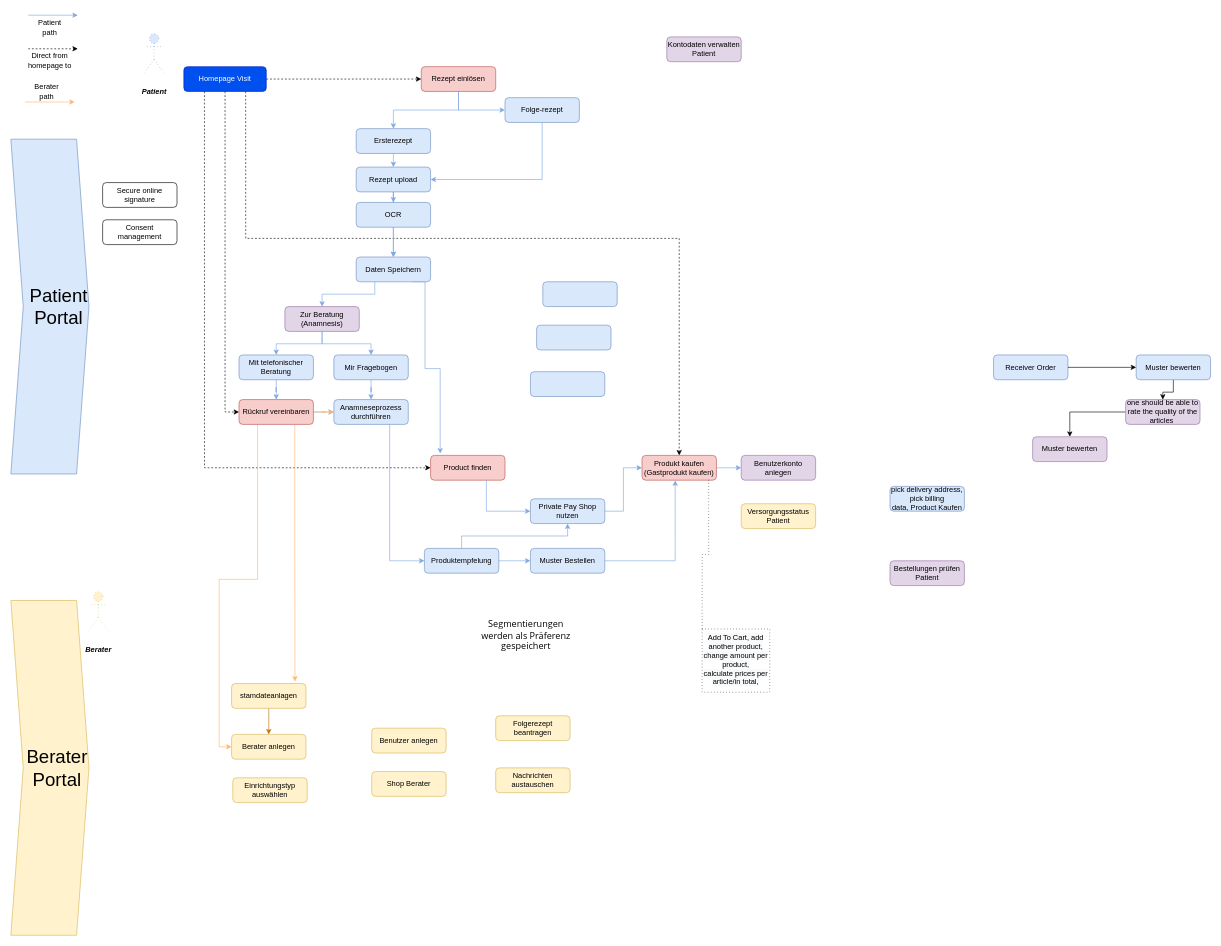
Above: page "Overview" (1 of 9) of Untitled Diagram.drawio in Fredabb/MediMark-roadmap (draw.io), before the change. Source tidied: cells renumbered, new cells numbered last; positions are measured from the earlier drawing's top-left corner, leaving out a move shared by most shapes. Both pictures are drawn from the tidied source at 62%, with x=0, y=0 at pixel (11, 15).
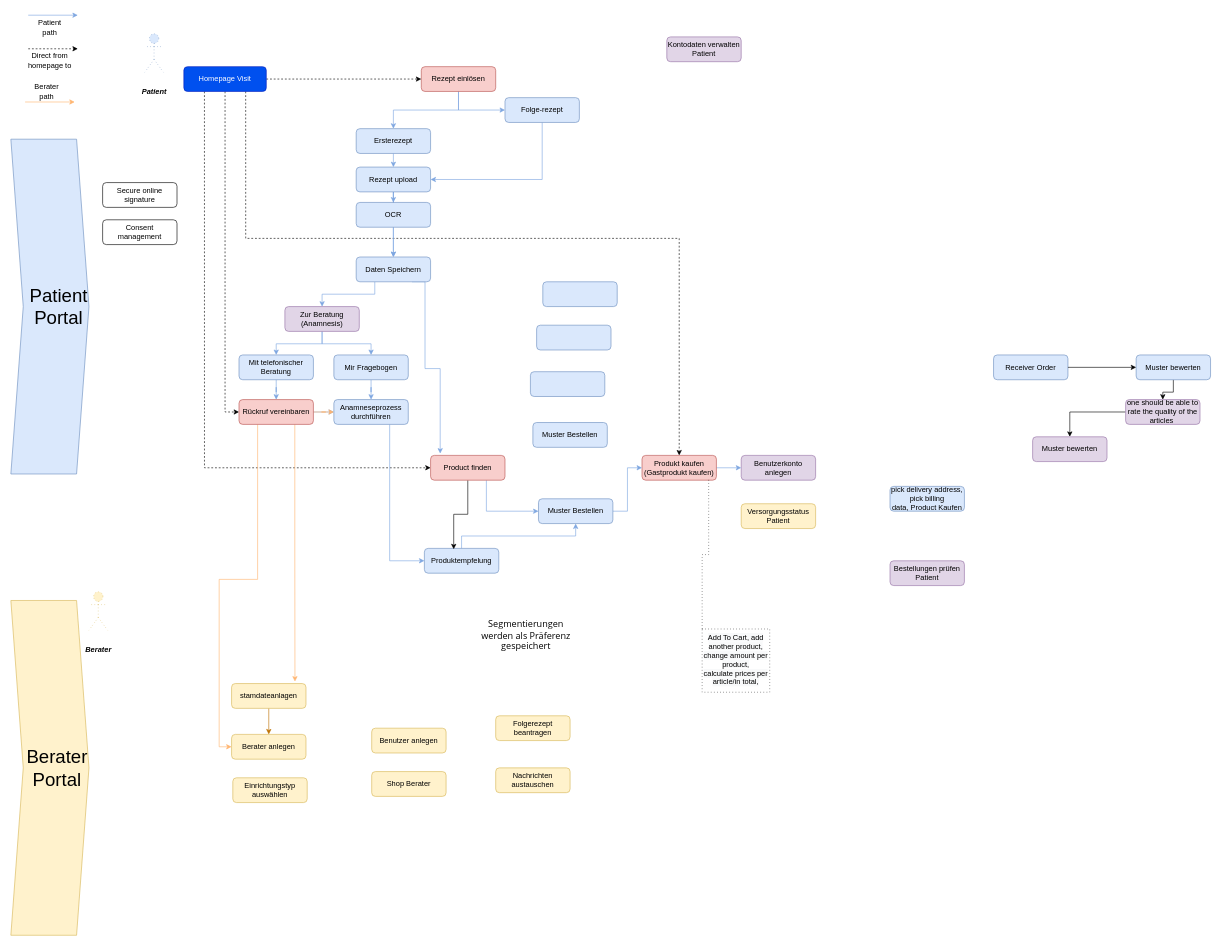
The same diagram, later.

Unchanged cells that the change refers to:
```xml
<mxCell id="16" value="Produktempfelung" style="rounded=1;whiteSpace=wrap;html=1;fontSize=12;glass=0;strokeWidth=1;shadow=0;fillColor=#dae8fc;strokeColor=#6c8ebf;" parent="1" vertex="1">
  <mxGeometry x="667" y="860" width="120" height="40" as="geometry" />
</mxCell>
<mxCell id="31" value="Product finden" style="rounded=1;whiteSpace=wrap;html=1;fontSize=12;glass=0;strokeWidth=1;shadow=0;fillColor=#f8cecc;strokeColor=#b85450;" parent="1" vertex="1">
  <mxGeometry x="677" y="710" width="120" height="40" as="geometry" />
</mxCell>
<mxCell id="51" value="Produkt kaufen (Gastprodukt kaufen)" style="rounded=1;whiteSpace=wrap;html=1;fontSize=12;glass=0;strokeWidth=1;shadow=0;fillColor=#f8cecc;strokeColor=#b85450;" parent="1" vertex="1">
  <mxGeometry x="1018" y="710" width="120" height="40" as="geometry" />
</mxCell>
```

The edit, as a diff of the source:
```diff
@@
-    <mxCell id="15" style="edgeStyle=orthogonalEdgeStyle;rounded=0;jettySize=auto;html=1;exitX=1;exitY=0.5;exitDx=0;exitDy=0;entryX=0;entryY=0.5;entryDx=0;entryDy=0;strokeColor=#7EA6E0;" parent="1" edge="1" source="16" target="61">
-      <mxGeometry relative="1" as="geometry" />
-    </mxCell>
@@
+    <mxCell id="85" style="edgeStyle=orthogonalEdgeStyle;rounded=0;jettySize=auto;html=1;exitX=0.5;exitY=1;exitDx=0;exitDy=0;entryX=0.394;entryY=0.033;entryDx=0;entryDy=0;entryPerimeter=0;" parent="1" edge="1" source="31" target="16">
+      <mxGeometry relative="1" as="geometry" />
+    </mxCell>
@@
-    <mxCell id="60" style="edgeStyle=orthogonalEdgeStyle;rounded=0;jettySize=auto;html=1;exitX=1;exitY=0.5;exitDx=0;exitDy=0;entryX=0.446;entryY=1.012;entryDx=0;entryDy=0;entryPerimeter=0;strokeColor=#7EA6E0;" parent="1" edge="1" source="61" target="51">
-      <mxGeometry relative="1" as="geometry" />
-    </mxCell>
     <mxCell id="61" value="Muster Bestellen" style="rounded=1;whiteSpace=wrap;html=1;fontSize=12;glass=0;strokeWidth=1;shadow=0;fillColor=#dae8fc;strokeColor=#6c8ebf;" parent="1" vertex="1">
-      <mxGeometry x="838" y="860" width="120" height="40" as="geometry" />
+      <mxGeometry x="842" y="657" width="120" height="40" as="geometry" />
     </mxCell>
@@
-    <mxCell id="63" value="Private Pay Shop nutzen" style="rounded=1;whiteSpace=wrap;html=1;fontSize=12;glass=0;strokeWidth=1;shadow=0;fillColor=#dae8fc;strokeColor=#6c8ebf;" parent="1" vertex="1">
-      <mxGeometry x="838" y="780" width="120" height="40" as="geometry" />
+    <mxCell id="63" value="Muster Bestellen" style="rounded=1;whiteSpace=wrap;html=1;fontSize=12;glass=0;strokeWidth=1;shadow=0;fillColor=#dae8fc;strokeColor=#6c8ebf;" parent="1" vertex="1">
+      <mxGeometry x="851" y="780" width="120" height="40" as="geometry" />
     </mxCell>
```
